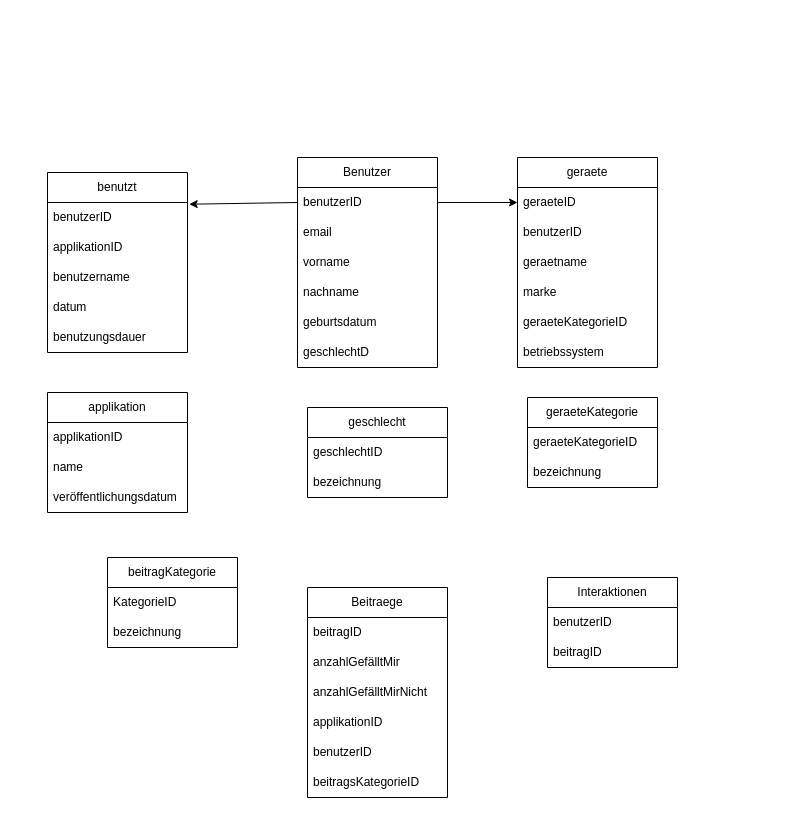
Before: Unbenanntes Diagramm.drawio in elifefe/neu, a draw.io diagram. Source tidied: cells renumbered, new cells numbered last; positions are measured from the earlier drawing's top-left corner, leaving out a move shared by most shapes. Both pictures are drawn from the tidied source at 100%, with x=0, y=0 at pixel (47, 157).
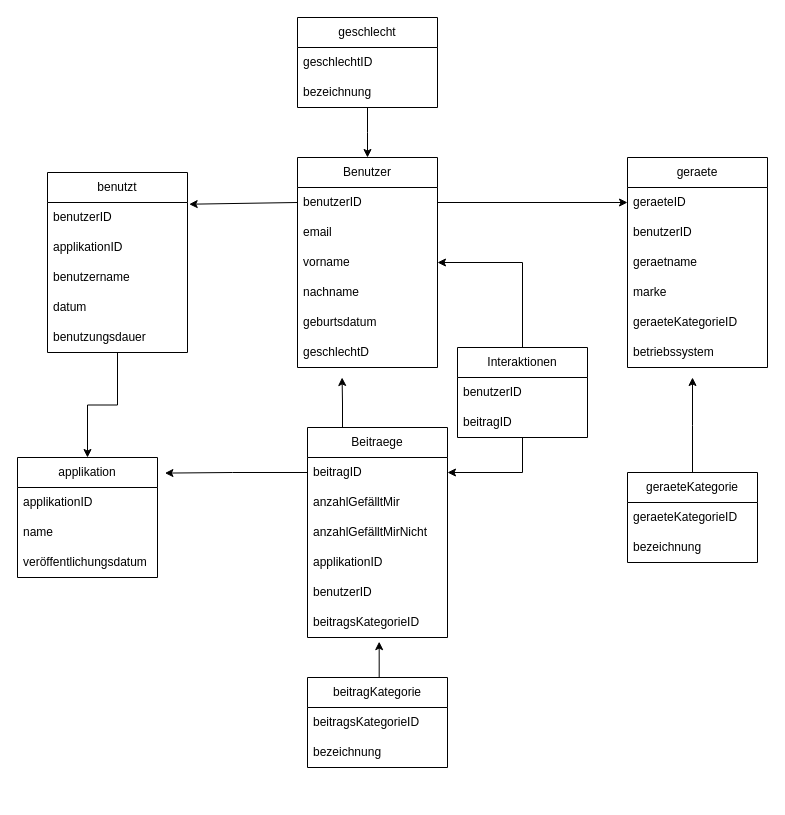
Above is the later version.

The change refers to these unchanged cells:
```xml
<mxCell id="2" value="benutzt" style="swimlane;fontStyle=0;horizontal=1;startSize=30;whiteSpace=wrap;html=1;" parent="1" vertex="1">
  <mxGeometry y="15" width="140" height="180" as="geometry" />
</mxCell>
<mxCell id="11" value="vorname" style="text;strokeColor=none;fillColor=none;align=left;verticalAlign=middle;spacingLeft=4;spacingRight=4;overflow=hidden;points=[[0,0.5],[1,0.5]];portConstraint=eastwest;whiteSpace=wrap;html=1;" parent="8" vertex="1">
  <mxGeometry y="90" width="140" height="30" as="geometry" />
</mxCell>
<mxCell id="36" value="beitragID" style="text;strokeColor=none;fillColor=none;align=left;verticalAlign=middle;spacingLeft=4;spacingRight=4;overflow=hidden;points=[[0,0.5],[1,0.5]];portConstraint=eastwest;whiteSpace=wrap;html=1;" parent="35" vertex="1">
  <mxGeometry y="30" width="140" height="30" as="geometry" />
</mxCell>
<mxCell id="41" value="beitragsKategorieID" style="text;strokeColor=none;fillColor=none;align=left;verticalAlign=middle;spacingLeft=4;spacingRight=4;overflow=hidden;points=[[0,0.5],[1,0.5]];portConstraint=eastwest;whiteSpace=wrap;html=1;" parent="35" vertex="1">
  <mxGeometry y="180" width="140" height="30" as="geometry" />
</mxCell>
```

Diff of the diagram source:
```diff
@@
+    <mxCell id="47" style="edgeStyle=orthogonalEdgeStyle;rounded=0;jettySize=auto;html=1;entryX=0.5;entryY=0;entryDx=0;entryDy=0;" parent="1" edge="1" source="2" target="18">
+      <mxGeometry relative="1" as="geometry" />
+    </mxCell>
@@
+    <mxCell id="48" style="edgeStyle=orthogonalEdgeStyle;rounded=0;jettySize=auto;html=1;" parent="1" edge="1" source="15">
+      <mxGeometry relative="1" as="geometry">
+        <mxPoint x="320" as="targetPoint" />
+      </mxGeometry>
+    </mxCell>
     <mxCell id="15" value="geschlecht" style="swimlane;fontStyle=0;horizontal=1;startSize=30;whiteSpace=wrap;html=1;" parent="1" vertex="1">
-      <mxGeometry x="260" y="250" width="140" height="90" as="geometry" />
+      <mxGeometry x="250" y="-140" width="140" height="90" as="geometry" />
     </mxCell>
@@
     <mxCell id="18" value="applikation" style="swimlane;fontStyle=0;horizontal=1;startSize=30;whiteSpace=wrap;html=1;" parent="1" vertex="1">
-      <mxGeometry y="235" width="140" height="120" as="geometry" />
+      <mxGeometry x="-30" y="300" width="140" height="120" as="geometry" />
     </mxCell>
@@
+    <mxCell id="49" style="edgeStyle=orthogonalEdgeStyle;rounded=0;jettySize=auto;html=1;" parent="1" edge="1" source="22">
+      <mxGeometry relative="1" as="geometry">
+        <mxPoint x="645" y="220" as="targetPoint" />
+      </mxGeometry>
+    </mxCell>
     <mxCell id="22" value="geraeteKategorie" style="swimlane;fontStyle=0;horizontal=1;startSize=30;whiteSpace=wrap;html=1;" parent="1" vertex="1">
-      <mxGeometry x="480" y="240" width="130" height="90" as="geometry" />
+      <mxGeometry x="580" y="315" width="130" height="90" as="geometry" />
     </mxCell>
@@
     <mxCell id="25" value="beitragKategorie" style="swimlane;fontStyle=0;horizontal=1;startSize=30;whiteSpace=wrap;html=1;" parent="1" vertex="1">
-      <mxGeometry x="60" y="400" width="130" height="90" as="geometry" />
+      <mxGeometry x="260" y="520" width="140" height="90" as="geometry" />
     </mxCell>
-    <mxCell id="26" value="KategorieID" style="text;strokeColor=none;fillColor=none;align=left;verticalAlign=middle;spacingLeft=4;spacingRight=4;overflow=hidden;whiteSpace=wrap;html=1;" parent="25" vertex="1">
-      <mxGeometry y="30" width="130" height="30" as="geometry" />
+    <mxCell id="26" value="beitragsKategorieID" style="text;strokeColor=none;fillColor=none;align=left;verticalAlign=middle;spacingLeft=4;spacingRight=4;overflow=hidden;whiteSpace=wrap;html=1;" parent="25" vertex="1">
+      <mxGeometry y="30" width="140" height="30" as="geometry" />
     </mxCell>
     <mxCell id="27" value="bezeichnung" style="text;strokeColor=none;fillColor=none;align=left;verticalAlign=middle;spacingLeft=4;spacingRight=4;overflow=hidden;whiteSpace=wrap;html=1;" parent="25" vertex="1">
-      <mxGeometry y="60" width="130" height="30" as="geometry" />
+      <mxGeometry y="60" width="140" height="30" as="geometry" />
     </mxCell>
     <mxCell id="28" value="geraete" style="swimlane;fontStyle=0;horizontal=1;startSize=30;whiteSpace=wrap;html=1;" parent="1" vertex="1">
-      <mxGeometry x="470" width="140" height="210" as="geometry" />
+      <mxGeometry x="580" width="140" height="210" as="geometry" />
     </mxCell>
@@
+    <mxCell id="50" style="edgeStyle=orthogonalEdgeStyle;rounded=0;jettySize=auto;html=1;exitX=0.25;exitY=0;exitDx=0;exitDy=0;" parent="1" edge="1" source="35">
+      <mxGeometry relative="1" as="geometry">
+        <mxPoint x="294.6" y="220" as="targetPoint" />
+      </mxGeometry>
+    </mxCell>
     <mxCell id="35" value="Beitraege" style="swimlane;fontStyle=0;horizontal=1;startSize=30;whiteSpace=wrap;html=1;" parent="1" vertex="1">
-      <mxGeometry x="260" y="430" width="140" height="210" as="geometry" />
+      <mxGeometry x="260" y="270" width="140" height="210" as="geometry" />
     </mxCell>
@@
+    <mxCell id="51" style="edgeStyle=orthogonalEdgeStyle;rounded=0;jettySize=auto;html=1;entryX=1;entryY=0.5;entryDx=0;entryDy=0;" parent="1" edge="1" source="42" target="11">
+      <mxGeometry relative="1" as="geometry" />
+    </mxCell>
+    <mxCell id="52" style="edgeStyle=orthogonalEdgeStyle;rounded=0;jettySize=auto;html=1;entryX=1;entryY=0.5;entryDx=0;entryDy=0;" parent="1" edge="1" source="42" target="36">
+      <mxGeometry relative="1" as="geometry" />
+    </mxCell>
     <mxCell id="42" value="Interaktionen" style="swimlane;fontStyle=0;horizontal=1;startSize=30;whiteSpace=wrap;html=1;" parent="1" vertex="1">
-      <mxGeometry x="500" y="420" width="130" height="90" as="geometry" />
+      <mxGeometry x="410" y="190" width="130" height="90" as="geometry" />
     </mxCell>
@@
+    <mxCell id="53" style="edgeStyle=orthogonalEdgeStyle;rounded=0;jettySize=auto;html=1;entryX=1.053;entryY=0.13;entryDx=0;entryDy=0;entryPerimeter=0;" parent="1" edge="1" source="36" target="18">
+      <mxGeometry relative="1" as="geometry" />
+    </mxCell>
+    <mxCell id="54" style="edgeStyle=orthogonalEdgeStyle;rounded=0;jettySize=auto;html=1;exitX=0.5;exitY=0;exitDx=0;exitDy=0;entryX=0.512;entryY=1.138;entryDx=0;entryDy=0;entryPerimeter=0;" parent="1" edge="1" source="25" target="41">
+      <mxGeometry relative="1" as="geometry" />
+    </mxCell>
```
